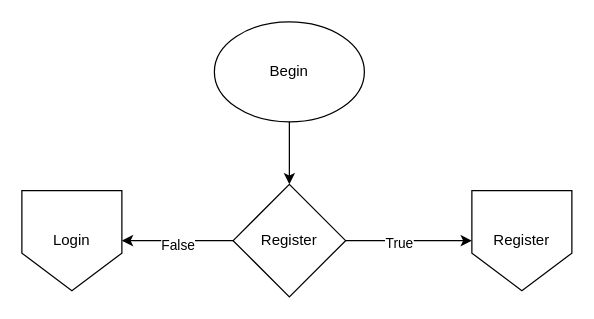
Above: page "Home" (1 of 4) of diagrams/program.drawio in University-Bangkok-JW/cs497-project (draw.io), before the change. Source tidied: cells renumbered, new cells numbered last; positions are measured from the earlier drawing's top-left corner, leaving out a move shared by most shapes. Both pictures are drawn from the tidied source at 125%, with x=0, y=0 at pixel (21, 21).
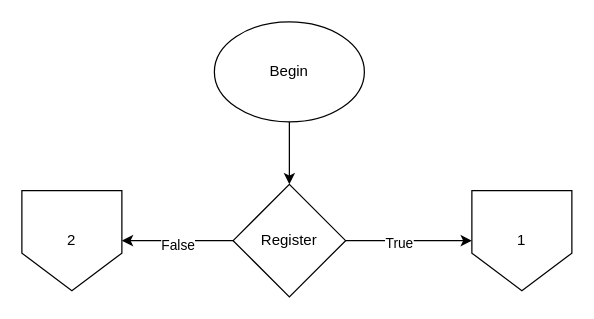
The same diagram, later.

What changed in the source:
```diff
@@
 <mxGraphModel>
   <root>
     <mxCell id="0" />
     <mxCell id="1" parent="0" />
     <mxCell id="2" style="edgeStyle=orthogonalEdgeStyle;rounded=0;jettySize=auto;html=1;" parent="1" edge="1" source="3" target="8">
       <mxGeometry relative="1" as="geometry" />
     </mxCell>
     <mxCell id="3" value="Begin" style="ellipse;whiteSpace=wrap;html=1;" parent="1" vertex="1">
       <mxGeometry x="154" width="120" height="80" as="geometry" />
     </mxCell>
     <mxCell id="4" style="edgeStyle=orthogonalEdgeStyle;rounded=0;jettySize=auto;html=1;" parent="1" edge="1" source="8" target="9">
       <mxGeometry relative="1" as="geometry" />
     </mxCell>
     <mxCell id="5" value="False" style="edgeLabel;html=1;align=center;verticalAlign=middle;" parent="4" vertex="1">
       <mxGeometry y="3" relative="1" as="geometry" />
     </mxCell>
     <mxCell id="6" style="edgeStyle=orthogonalEdgeStyle;rounded=0;jettySize=auto;html=1;" parent="1" edge="1" source="8" target="10">
       <mxGeometry relative="1" as="geometry" />
     </mxCell>
     <mxCell id="7" value="True" style="edgeLabel;html=1;align=center;verticalAlign=middle;" parent="6" vertex="1">
       <mxGeometry x="-0.17" y="-1" relative="1" as="geometry" />
     </mxCell>
     <mxCell id="8" value="Register" style="rhombus;whiteSpace=wrap;html=1;" parent="1" vertex="1">
       <mxGeometry x="169" y="130" width="90" height="90" as="geometry" />
     </mxCell>
-    <mxCell id="9" value="Login" style="shape=offPageConnector;whiteSpace=wrap;html=1;" parent="1" vertex="1">
+    <mxCell id="9" value="2" style="shape=offPageConnector;whiteSpace=wrap;html=1;" parent="1" vertex="1">
       <mxGeometry y="135" width="80" height="80" as="geometry" />
     </mxCell>
-    <mxCell id="10" value="Register" style="shape=offPageConnector;whiteSpace=wrap;html=1;" parent="1" vertex="1">
+    <mxCell id="10" value="1" style="shape=offPageConnector;whiteSpace=wrap;html=1;" parent="1" vertex="1">
       <mxGeometry x="360" y="135" width="80" height="80" as="geometry" />
     </mxCell>
   </root>
 </mxGraphModel>
```
